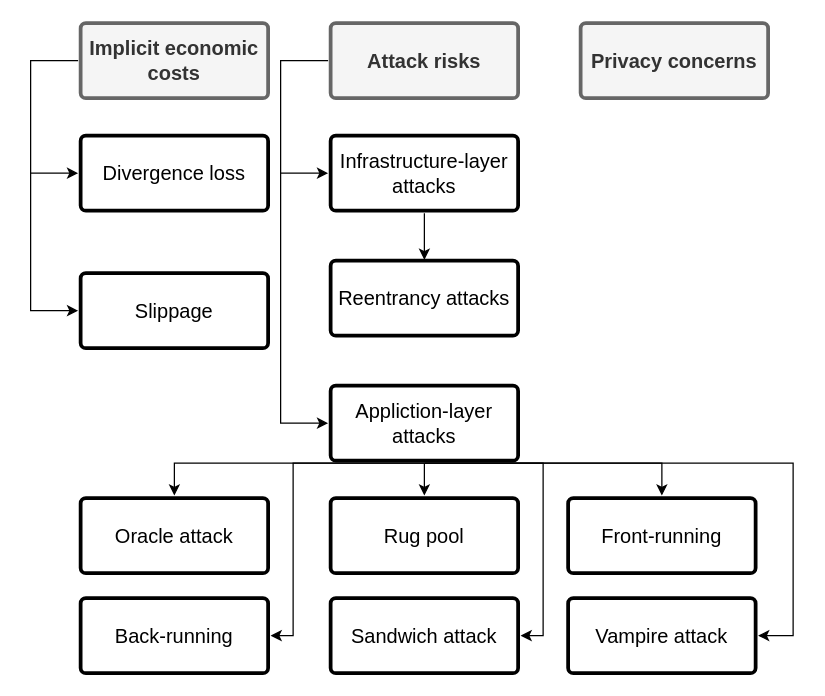
This is page "security" (4 of 5) of assets/amm-pool.drawio from xujiahuayz/bondingcurves, a draw.io file, before an edit. Source tidied: cells renumbered, new cells numbered last; positions are measured from the earlier drawing's top-left corner, leaving out a move shared by most shapes. Both pictures are drawn from the tidied source at 125%, with x=0, y=0 at pixel (30, 22).
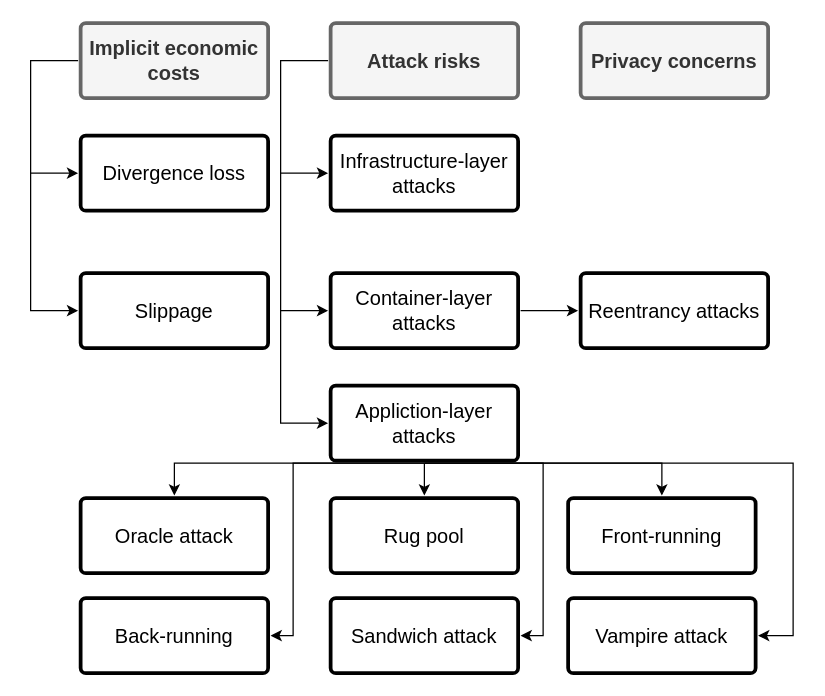
The same page after the edit.

The change refers to these unchanged cells:
```xml
<mxCell id="13" value="Infrastructure-layer attacks" style="rounded=1;whiteSpace=wrap;html=1;shadow=0;labelBackgroundColor=none;strokeWidth=3;fontFamily=Helvetica;fontSize=16;align=center;spacing=5;fontStyle=0;arcSize=7;perimeterSpacing=2;" parent="1" vertex="1">
  <mxGeometry x="240" y="90" width="150" height="60" as="geometry" />
</mxCell>
```

Change to the diagram source:
```diff
@@
     <mxCell id="7" value="Reentrancy attacks" style="rounded=1;whiteSpace=wrap;html=1;shadow=0;labelBackgroundColor=none;strokeWidth=3;fontFamily=Helvetica;fontSize=16;align=center;spacing=5;arcSize=7;perimeterSpacing=2;" parent="1" vertex="1">
-      <mxGeometry x="240" y="190" width="150" height="60" as="geometry" />
+      <mxGeometry x="440" y="200" width="150" height="60" as="geometry" />
     </mxCell>
@@
-    <mxCell id="12" style="edgeStyle=orthogonalEdgeStyle;rounded=0;jettySize=auto;html=1;exitX=0.5;exitY=1;exitDx=0;exitDy=0;entryX=0.5;entryY=0.022;entryDx=0;entryDy=0;entryPerimeter=0;labelBackgroundColor=none;" parent="1" edge="1" source="13" target="7">
-      <mxGeometry relative="1" as="geometry" />
+    <mxCell id="12" style="edgeStyle=orthogonalEdgeStyle;rounded=0;jettySize=auto;html=1;exitX=1;exitY=0.5;exitDx=0;exitDy=0;entryX=0;entryY=0.5;entryDx=0;entryDy=0;labelBackgroundColor=none;" parent="1" edge="1" source="27" target="7">
+      <mxGeometry relative="1" as="geometry">
+        <Array as="points">
+          <mxPoint x="410" y="230" />
+          <mxPoint x="410" y="230" />
+        </Array>
+      </mxGeometry>
     </mxCell>
@@
+    <mxCell id="27" value="Container-layer attacks" style="rounded=1;whiteSpace=wrap;html=1;shadow=0;labelBackgroundColor=none;strokeWidth=3;fontFamily=Helvetica;fontSize=16;align=center;spacing=5;fontStyle=0;arcSize=7;perimeterSpacing=2;" parent="1" vertex="1">
+      <mxGeometry x="240" y="200" width="150" height="60" as="geometry" />
+    </mxCell>
+    <mxCell id="28" style="endArrow=classic;html=1;labelBackgroundColor=none;entryX=0;entryY=0.5;entryDx=0;entryDy=0;" parent="1" edge="1" target="27">
+      <mxGeometry relative="1" as="geometry">
+        <mxPoint x="200" y="230" as="sourcePoint" />
+      </mxGeometry>
+    </mxCell>
```
